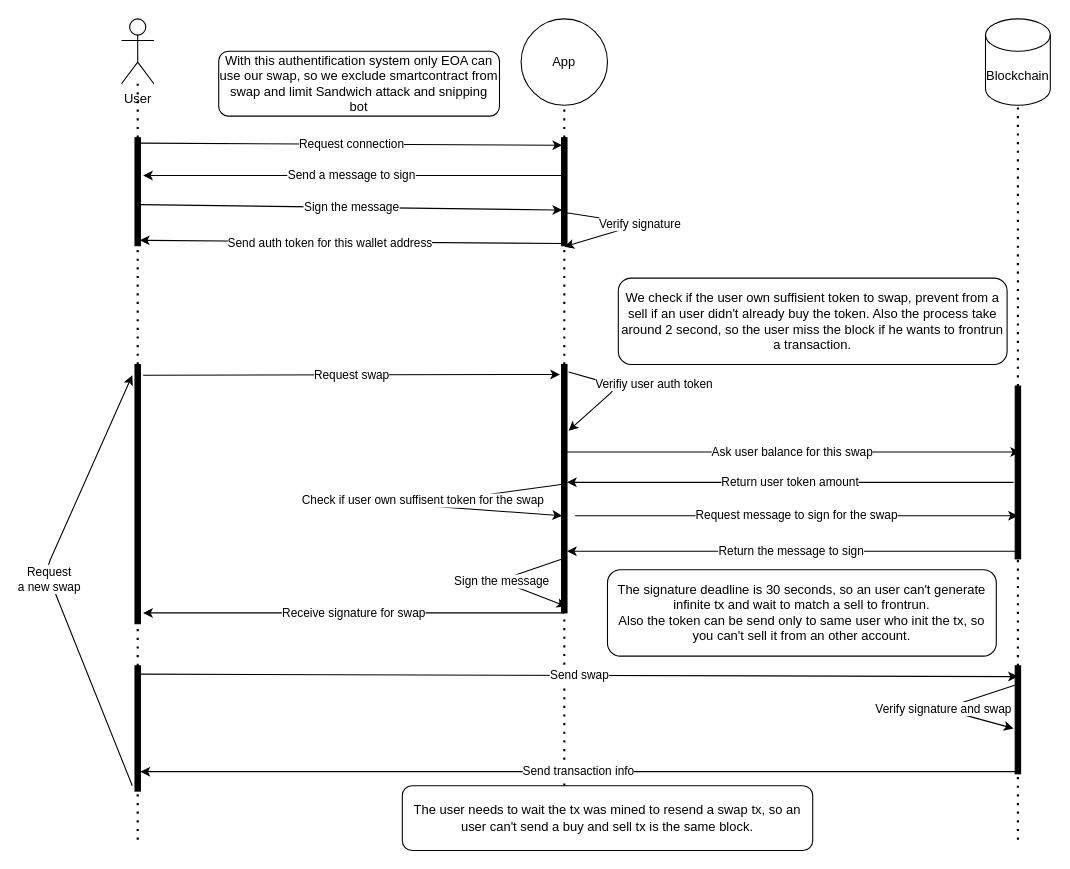
Before: schema.drawio in youtpout/SecureSwap, a draw.io diagram. Source tidied: cells renumbered, new cells numbered last; positions are measured from the earlier drawing's top-left corner, leaving out a move shared by most shapes. Both pictures are drawn from the tidied source at 108%, with x=0, y=0 at pixel (45, 18).
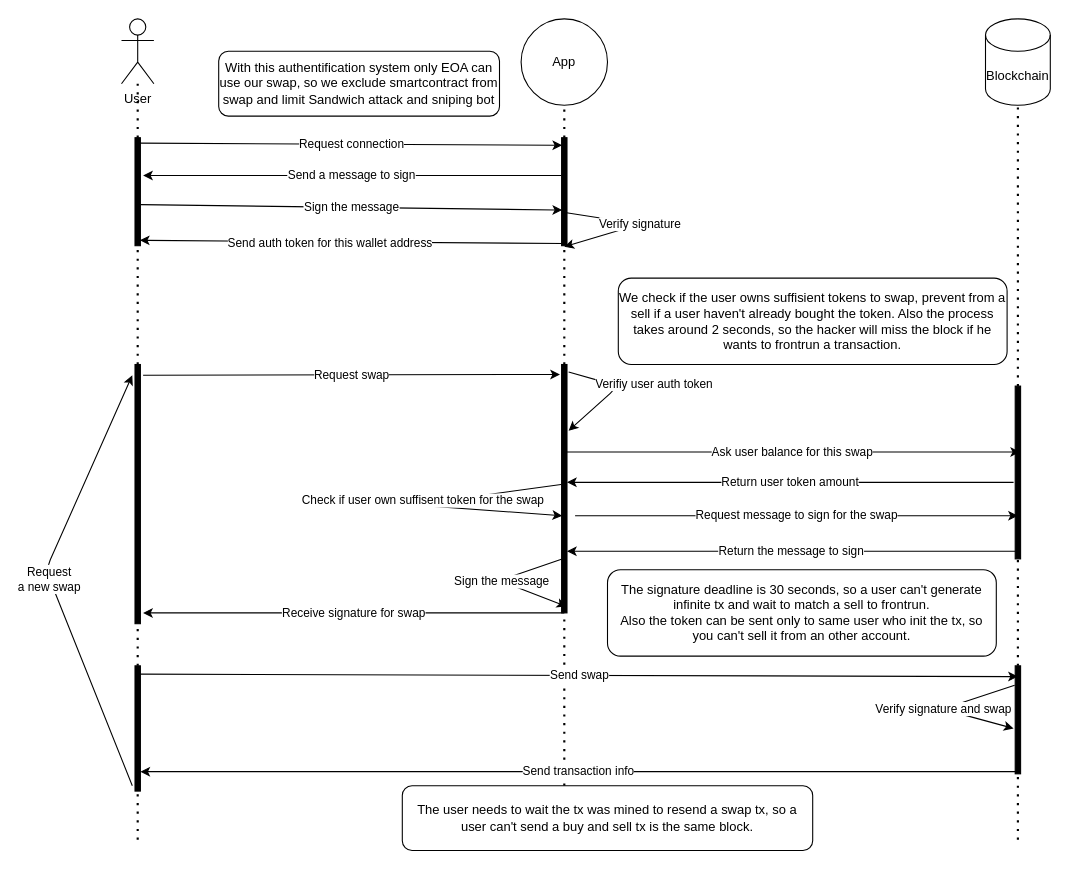
Above is the later version.

Diff of the diagram source:
```diff
@@
-    <mxCell id="17" value="With this authentification system only EOA can use our swap, so we exclude smartcontract from swap and limit Sandwich attack and snipping bot" style="rounded=1;whiteSpace=wrap;html=1;" parent="1" vertex="1">
+    <mxCell id="17" value="With this authentification system only EOA can use our swap, so we exclude smartcontract from swap and limit Sandwich attack and sniping bot" style="rounded=1;whiteSpace=wrap;html=1;" parent="1" vertex="1">
       <mxGeometry x="160" y="30" width="260" height="60" as="geometry" />
     </mxCell>
@@
-    <mxCell id="43" value="The signature deadline is 30 seconds, so an user can't generate infinite tx and wait to match a sell to frontrun.&lt;br&gt;Also the token can be send only to same user who init the tx, so you can't sell it from an other account." style="rounded=1;whiteSpace=wrap;html=1;" parent="1" vertex="1">
+    <mxCell id="43" value="The signature deadline is 30 seconds, so a user can't generate infinite tx and wait to match a sell to frontrun.&lt;br&gt;Also the token can be sent only to same user who init the tx, so you can't sell it from an other account." style="rounded=1;whiteSpace=wrap;html=1;" parent="1" vertex="1">
       <mxGeometry x="520" y="510" width="360" height="80" as="geometry" />
     </mxCell>
-    <mxCell id="44" value="The user needs to wait the tx was mined to resend a swap tx, so an user can't send a buy and sell tx is the same block." style="rounded=1;whiteSpace=wrap;html=1;" parent="1" vertex="1">
+    <mxCell id="44" value="The user needs to wait the tx was mined to resend a swap tx, so a user can't send a buy and sell tx is the same block." style="rounded=1;whiteSpace=wrap;html=1;" parent="1" vertex="1">
       <mxGeometry x="330" y="710" width="380" height="60" as="geometry" />
     </mxCell>
-    <mxCell id="45" value="We check if the user own suffisient token to swap, prevent from a sell if an user didn't already buy the token. Also the process take around 2 second, so the user miss the block if he wants to frontrun a transaction.&lt;br&gt;" style="rounded=1;whiteSpace=wrap;html=1;" parent="1" vertex="1">
+    <mxCell id="45" value="We check if the user owns suffisient tokens to swap, prevent from a sell if a user haven't already bought the token. Also the process takes around 2 seconds, so the hacker will miss the block if he wants to frontrun a transaction." style="rounded=1;whiteSpace=wrap;html=1;" parent="1" vertex="1">
       <mxGeometry x="530" y="240" width="360" height="80" as="geometry" />
     </mxCell>
```
